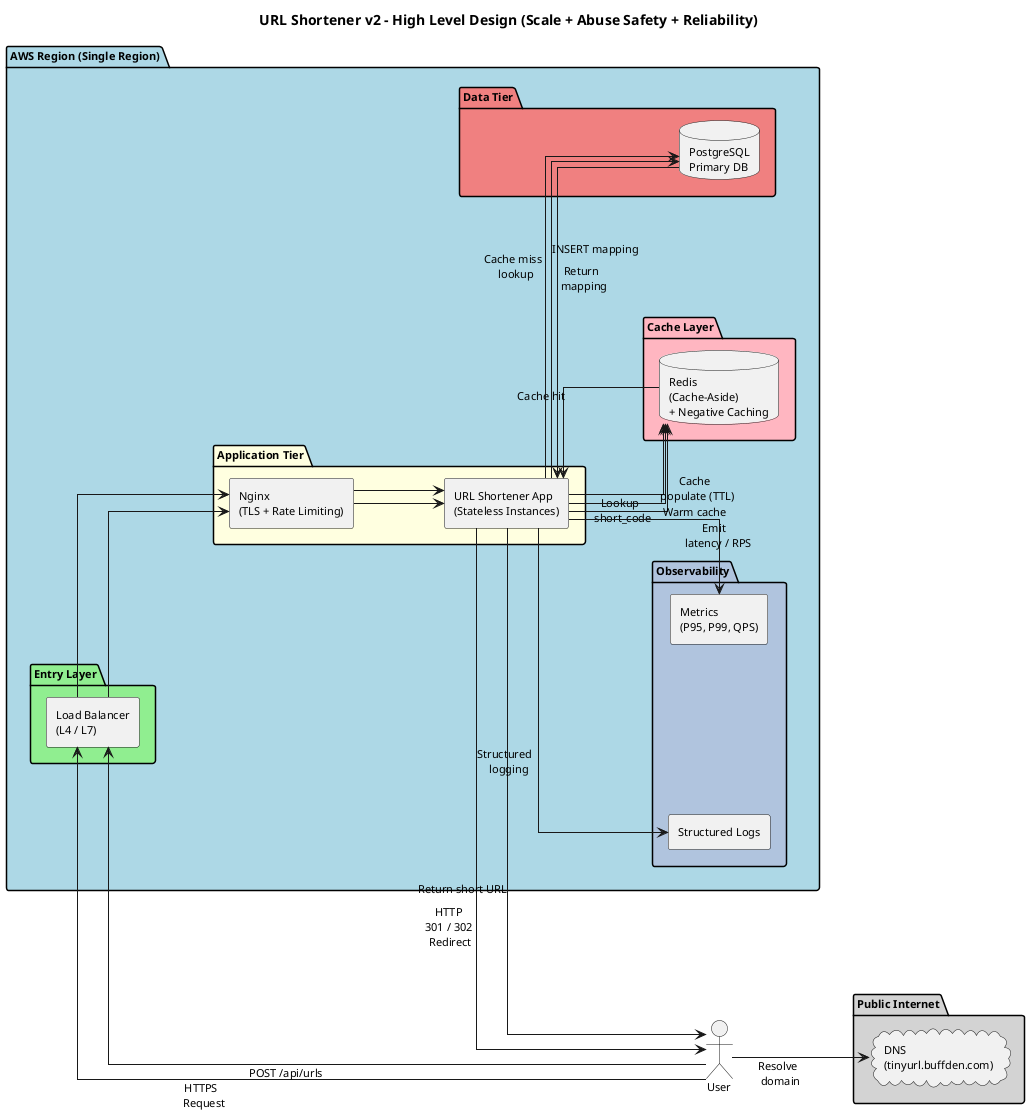
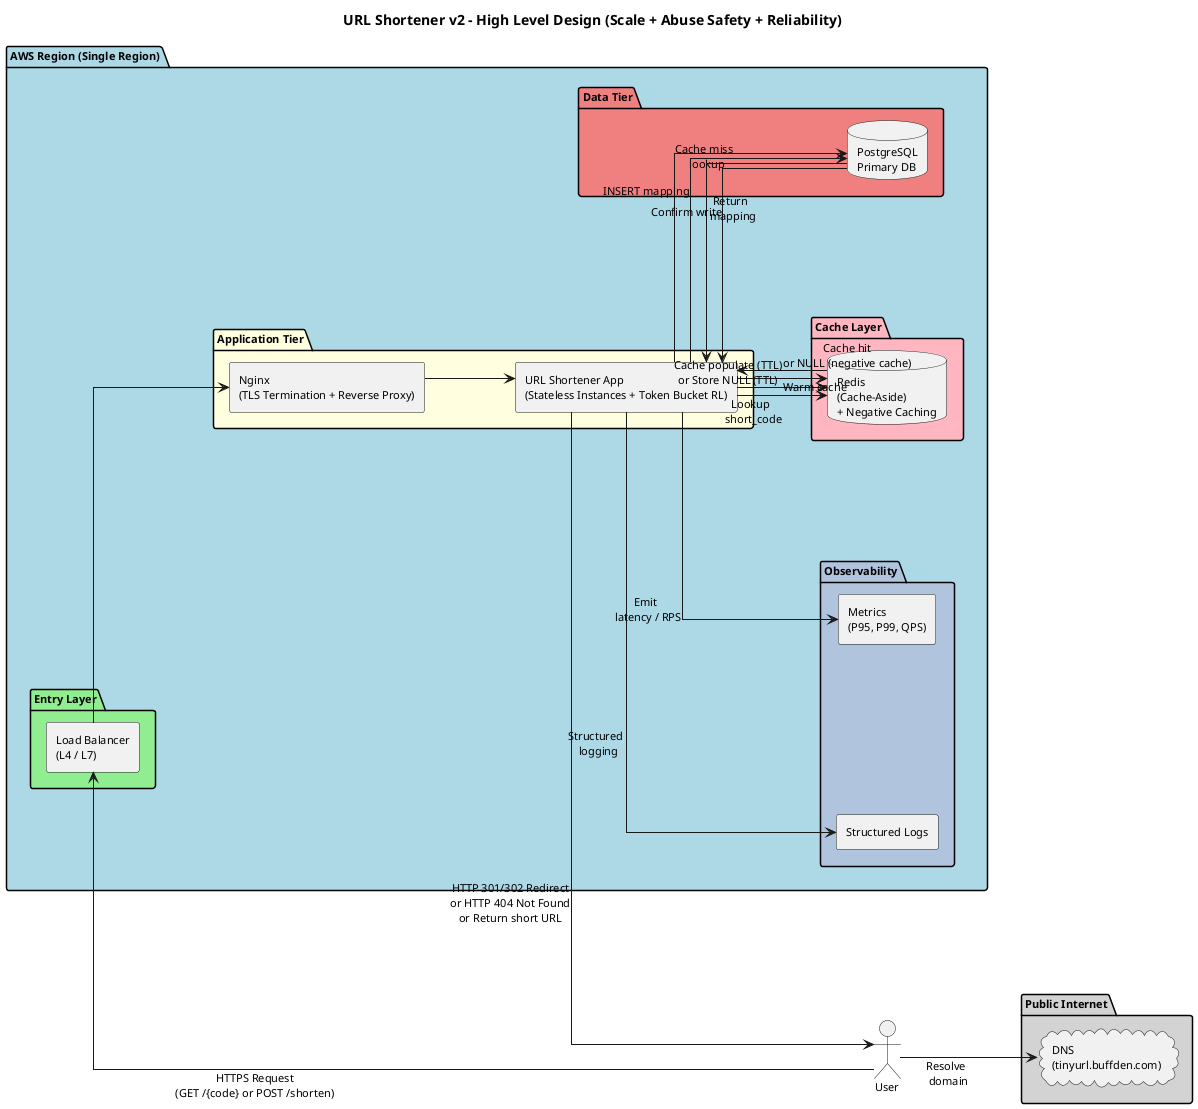
@startuml URLShortenerV2
title URL Shortener v2 - High Level Design (Scale + Abuse Safety + Reliability)

left to right direction
skinparam linetype ortho
skinparam shadowing false
skinparam componentStyle rectangle
skinparam defaultFontName Arial
skinparam defaultFontSize 11
skinparam nodesep 170
skinparam ranksep 90
skinparam packagePadding 26
skinparam componentPadding 12
skinparam component<<spacer>> {
    BorderColor transparent
    BackgroundColor transparent
    FontColor transparent
}

' ---------------- CLIENT ----------------
actor User

' ---------------- INTERNET ----------------
package "Public Internet" #LightGray {
    cloud "DNS\n(tinyurl.buffden.com)" as DNS
}

' ---------------- AWS REGION ----------------
package "AWS Region (Single Region)" #LightBlue {

    package "Entry Layer" #LightGreen {
        [Load Balancer\n(L4 / L7)] as LB
    }

    package "Application Tier" #LightYellow {
-         [Nginx\n(TLS + Rate Limiting)] as NGINX
-         [URL Shortener App\n(Stateless Instances)] as APP
+         [Nginx\n(TLS Termination + Reverse Proxy)] as NGINX
+         [URL Shortener App\n(Stateless Instances + Token Bucket RL)] as APP
    }

    package "Cache Layer" #LightPink {
        database "Redis\n(Cache-Aside)\n+ Negative Caching" as REDIS
    }

    package "Data Tier" #LightCoral {
        [ ] as DATA_GAP <<spacer>>
        database "PostgreSQL\nPrimary DB" as DB
    }

    package "Observability" #LightSteelBlue {
        [Metrics\n(P95, P99, QPS)] as METRICS
        [Structured Logs] as LOGS
    }
}

' Layout alignment
NGINX -[hidden]-> APP
APP -[hidden]-> REDIS
REDIS -[hidden]-> DATA_GAP
DATA_GAP -[hidden]-> DB

' ---------------- FLOW ----------------

User --> DNS : Resolve \n domain
- User --> LB : HTTPS \n Request
+ User --> LB : HTTPS Request\n(GET /{code} or POST /shorten)

LB --> NGINX
NGINX --> APP

APP --> REDIS : Lookup \n short_code
- REDIS --> APP : Cache hit
+ REDIS --> APP : Cache hit\nor NULL (negative cache)

APP --> DB : Cache miss \n lookup
DB --> APP : Return \n mapping

- APP --> REDIS : Cache \n populate (TTL)
+ APP --> REDIS : Cache populate (TTL)\nor Store NULL (TTL)

- APP --> User : HTTP\n 301 / 302 \n Redirect
+ APP --> User : HTTP 301/302 Redirect\nor HTTP 404 Not Found\nor Return short URL

- User --> LB : POST /api/urls
- LB --> NGINX
- NGINX --> APP
APP --> DB : INSERT mapping
+ DB --> APP : Confirm write
APP --> REDIS : Warm cache
- APP --> User : Return short URL

- APP --> METRICS : Emit  \n latency / RPS
- APP --> LOGS : Structured  \n logging
+ APP --> METRICS : Emit \n latency / RPS
+ APP --> LOGS : Structured \n logging

- @enduml
+ @enduml